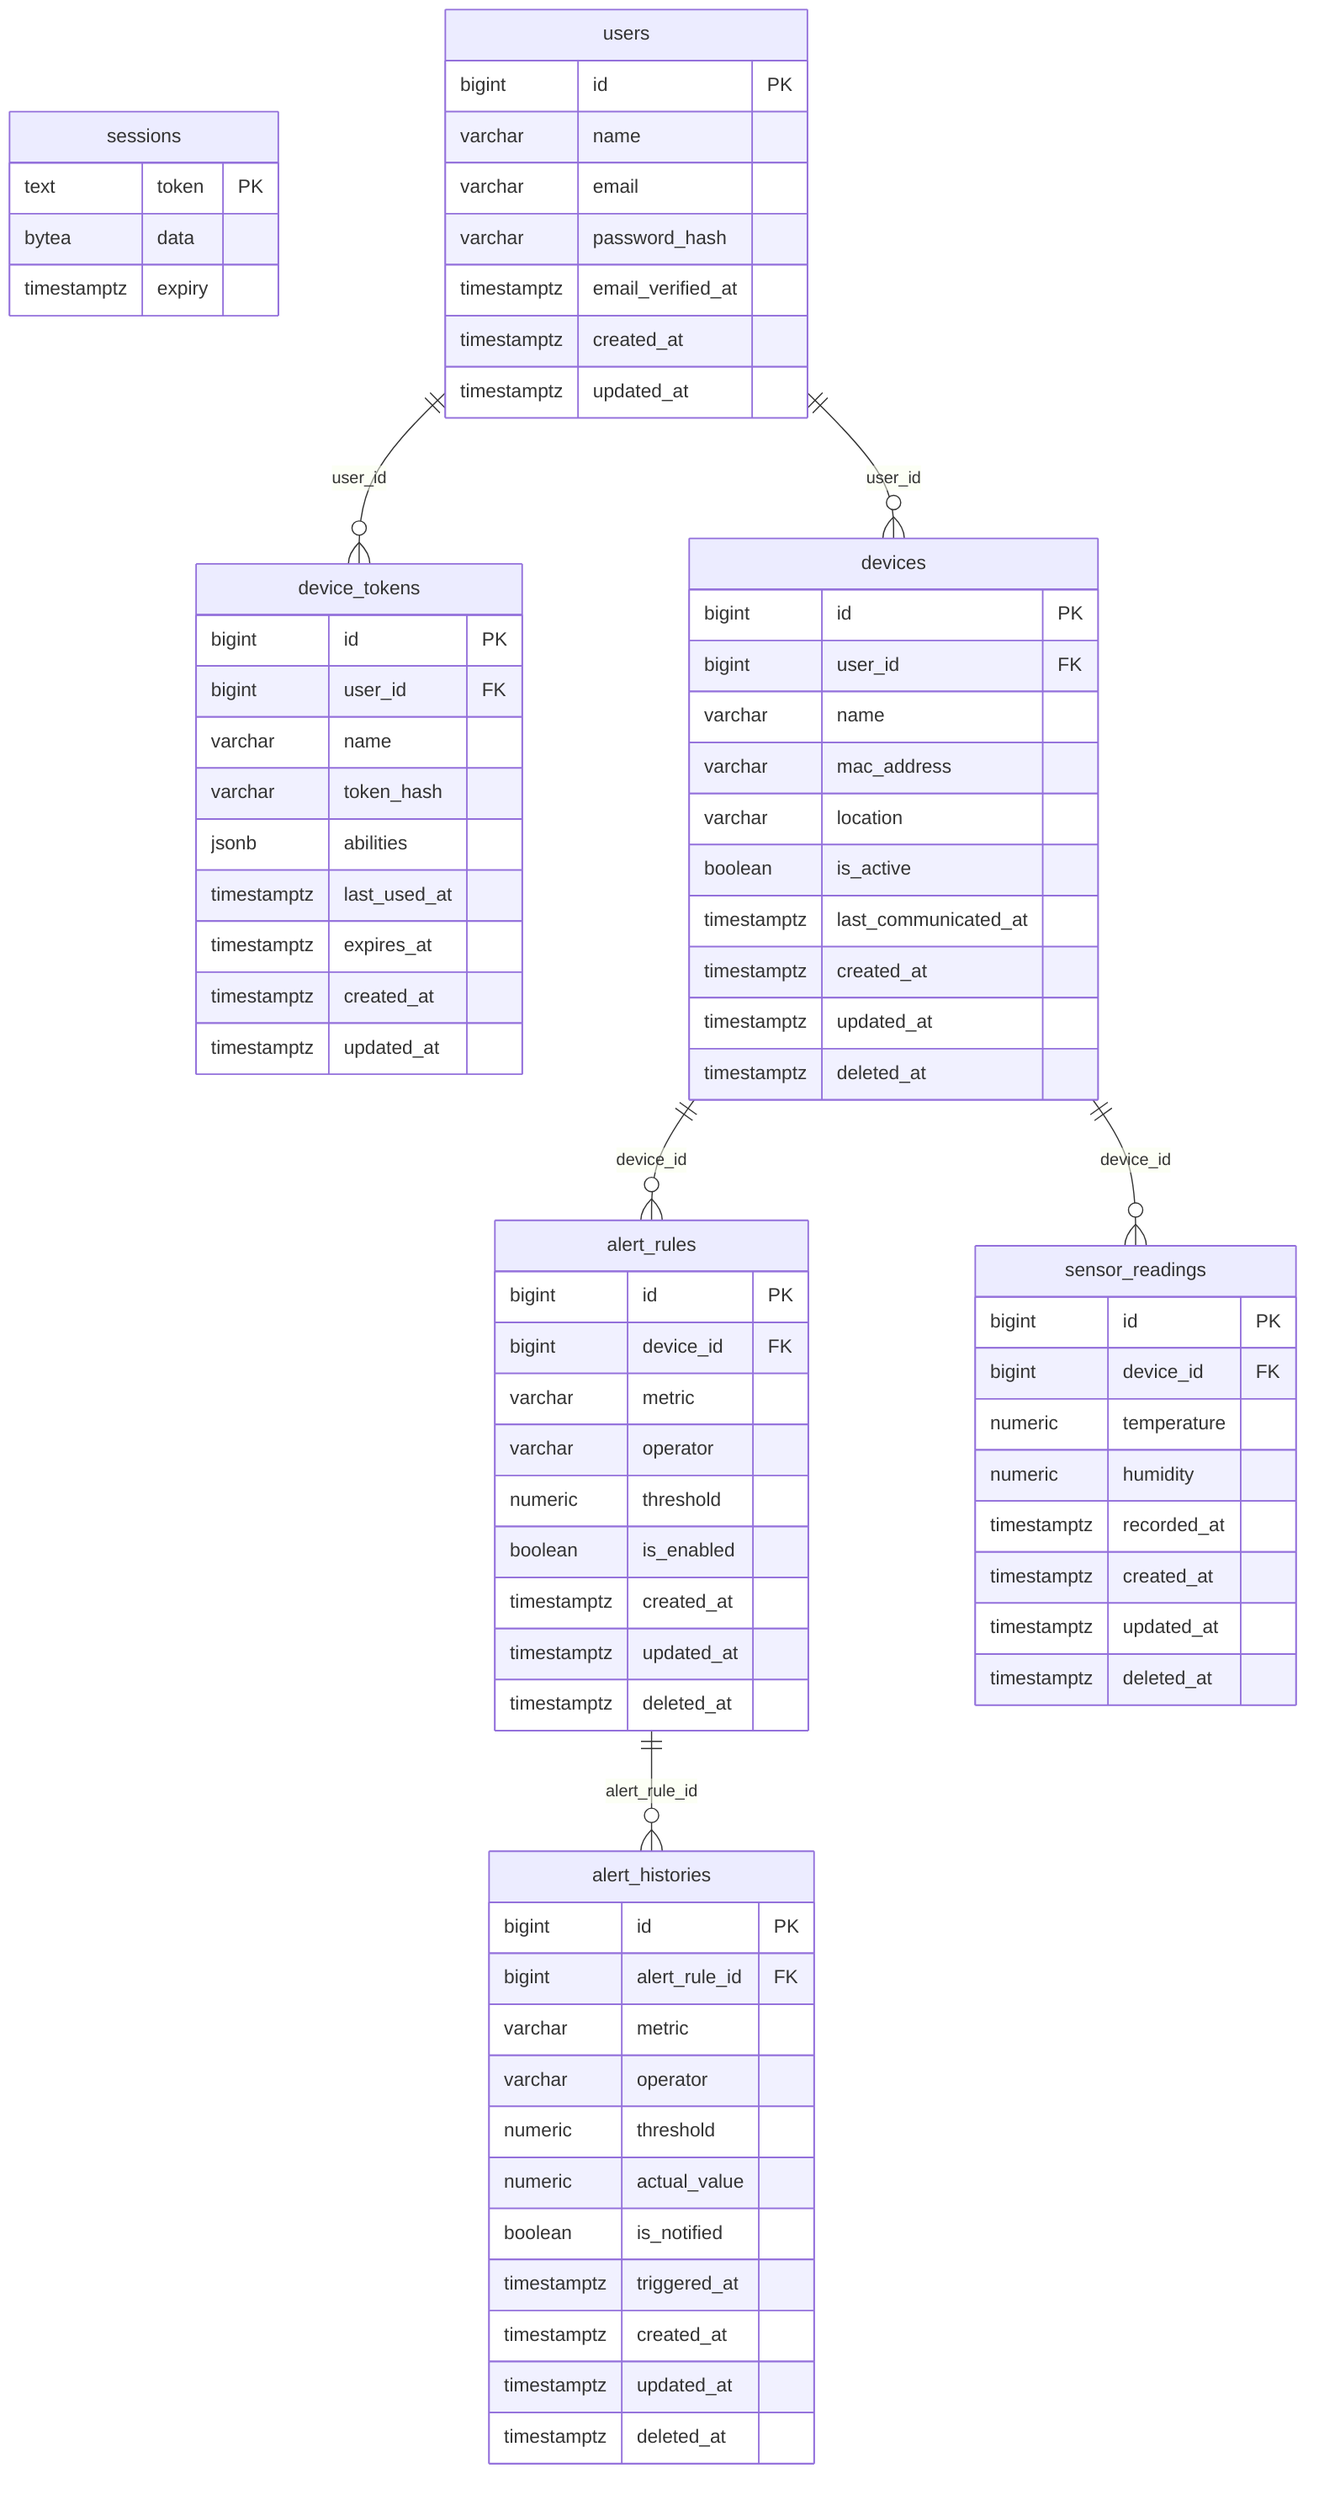
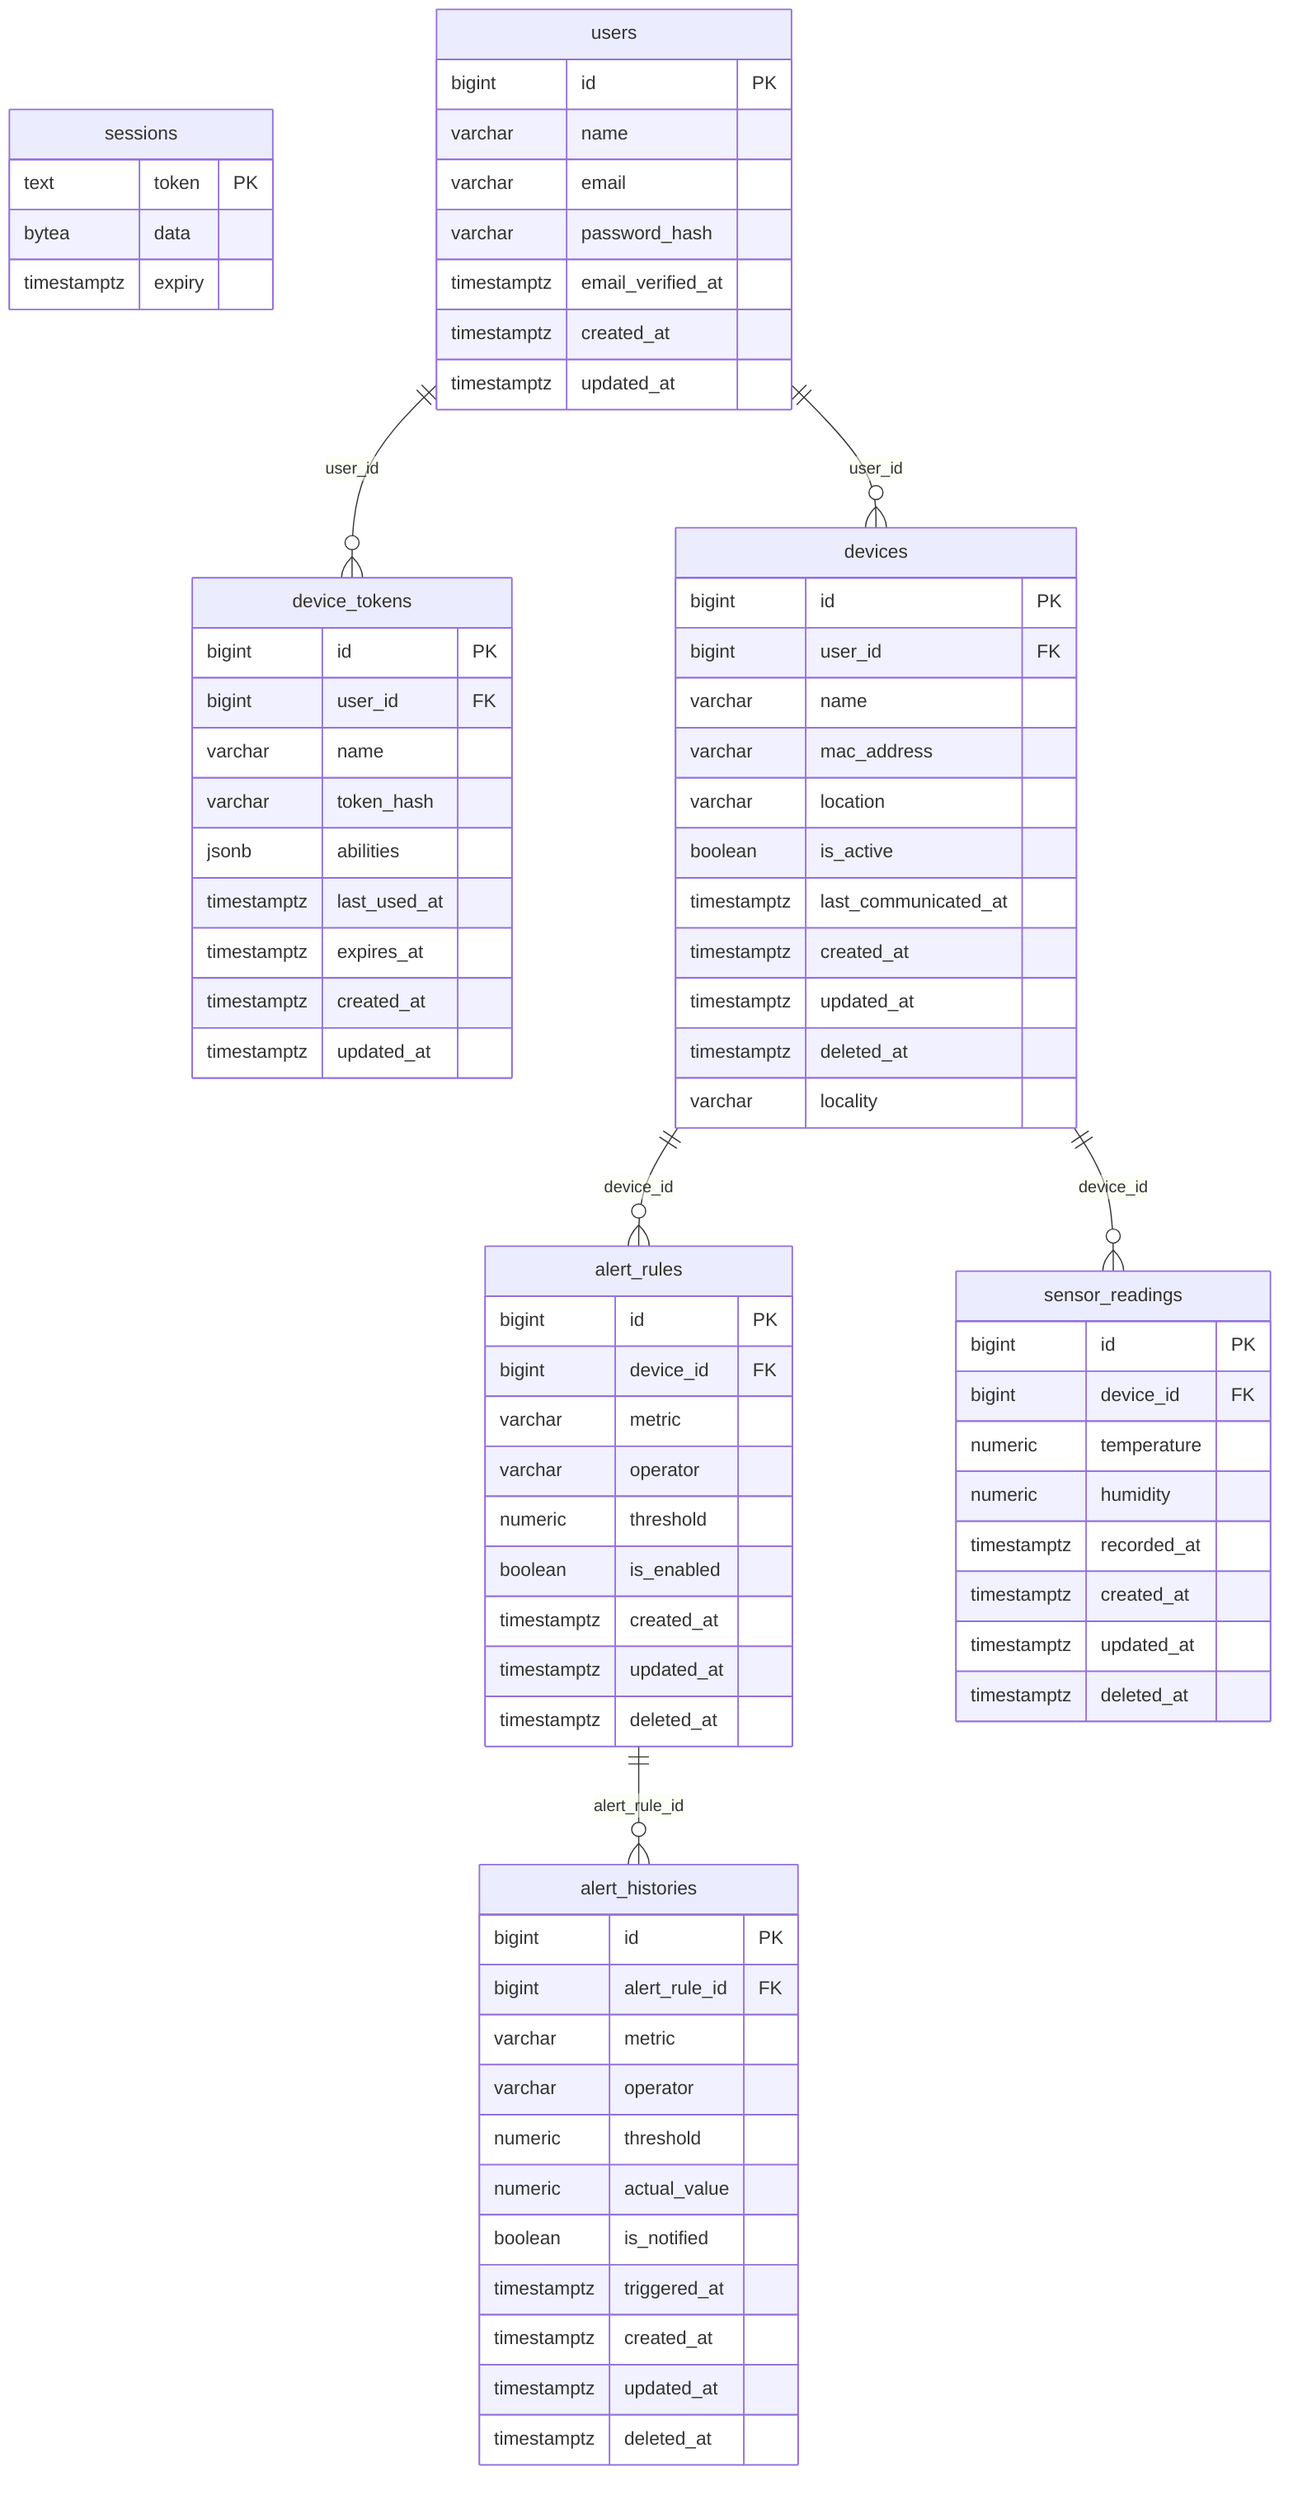
erDiagram
%% DBスナップショット — ER図 (Mermaid)。make db-snapshot で自動生成。手動編集しない。
%% 外部キー制約は張らない方針のため、関連は <table>_id 命名からの推論（論理リレーション）。
    alert_histories {
        bigint id PK
        bigint alert_rule_id FK
        varchar metric
        varchar operator
        numeric threshold
        numeric actual_value
        boolean is_notified
        timestamptz triggered_at
        timestamptz created_at
        timestamptz updated_at
        timestamptz deleted_at
    }
    alert_rules {
        bigint id PK
        bigint device_id FK
        varchar metric
        varchar operator
        numeric threshold
        boolean is_enabled
        timestamptz created_at
        timestamptz updated_at
        timestamptz deleted_at
    }
    device_tokens {
        bigint id PK
        bigint user_id FK
        varchar name
        varchar token_hash
        jsonb abilities
        timestamptz last_used_at
        timestamptz expires_at
        timestamptz created_at
        timestamptz updated_at
    }
    devices {
        bigint id PK
        bigint user_id FK
        varchar name
        varchar mac_address
        varchar location
        boolean is_active
        timestamptz last_communicated_at
        timestamptz created_at
        timestamptz updated_at
        timestamptz deleted_at
+         varchar locality
    }
    sensor_readings {
        bigint id PK
        bigint device_id FK
        numeric temperature
        numeric humidity
        timestamptz recorded_at
        timestamptz created_at
        timestamptz updated_at
        timestamptz deleted_at
    }
    sessions {
        text token PK
        bytea data
        timestamptz expiry
    }
    users {
        bigint id PK
        varchar name
        varchar email
        varchar password_hash
        timestamptz email_verified_at
        timestamptz created_at
        timestamptz updated_at
    }
    alert_rules ||--o{ alert_histories : alert_rule_id
    devices ||--o{ alert_rules : device_id
    users ||--o{ device_tokens : user_id
    users ||--o{ devices : user_id
    devices ||--o{ sensor_readings : device_id
